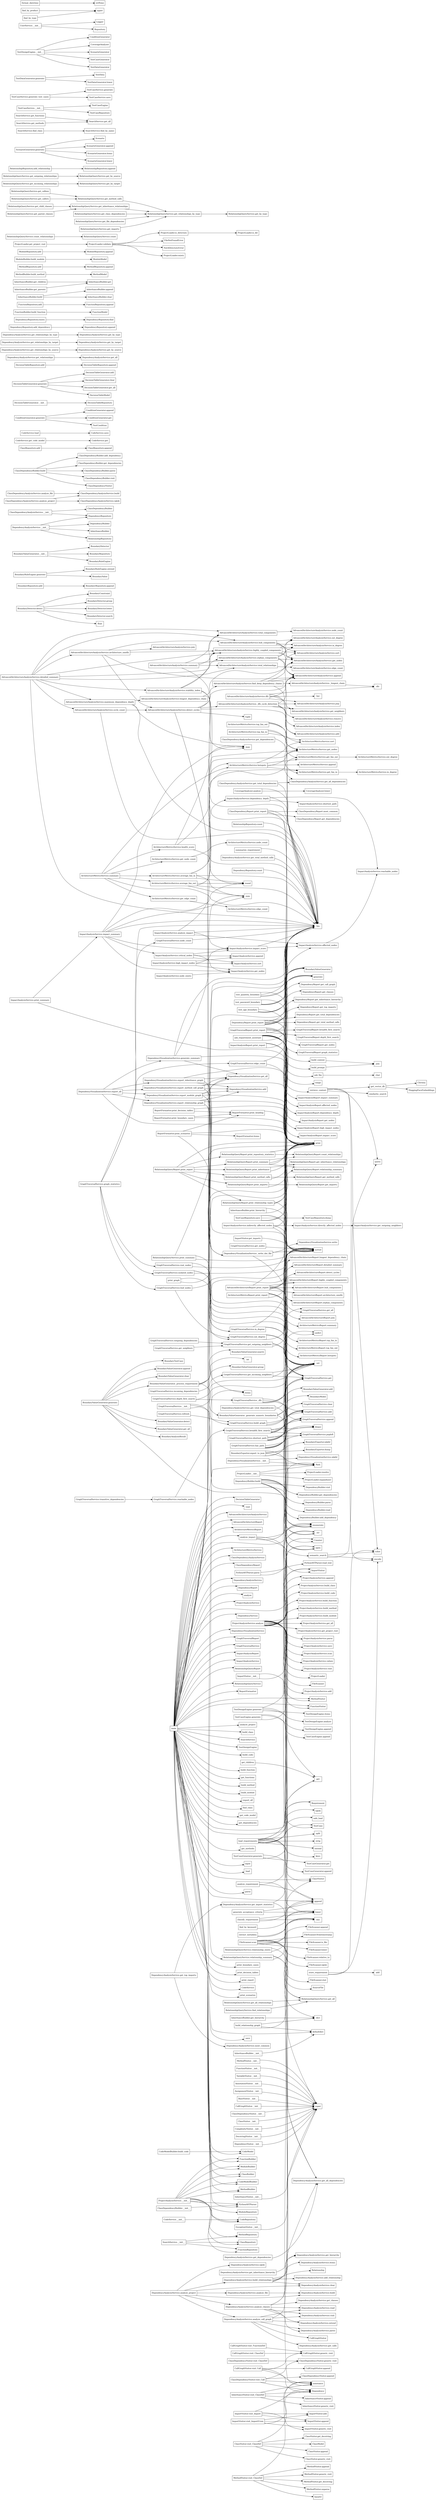
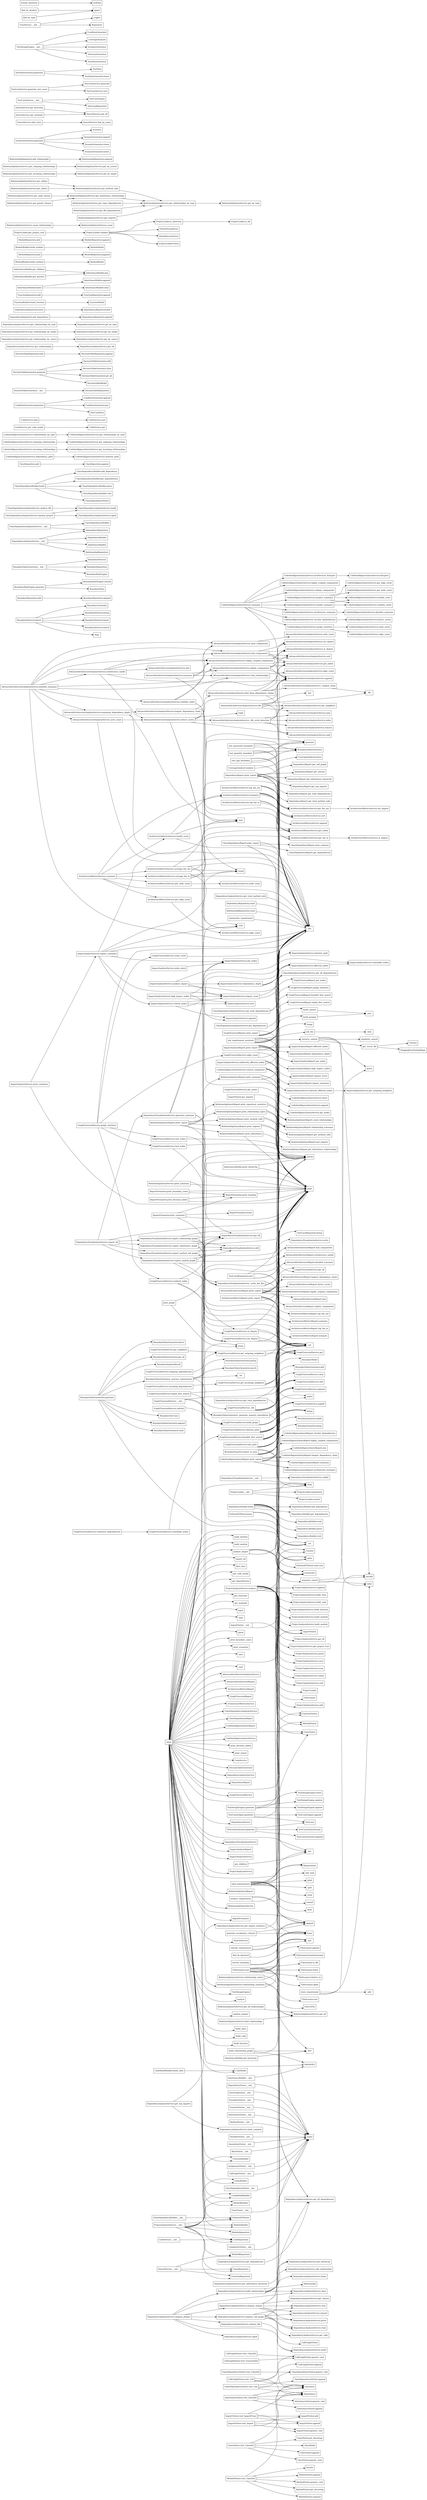
digraph "Method Call Graph" {
    rankdir=LR;
    node [shape=box];

    "AdvancedArchitectureAnalysisService._dfs_cycle_detection" -> "AdvancedArchitectureAnalysisService.add";
    "AdvancedArchitectureAnalysisService._dfs_cycle_detection" -> "AdvancedArchitectureAnalysisService.append";
    "AdvancedArchitectureAnalysisService._dfs_cycle_detection" -> "AdvancedArchitectureAnalysisService.get_neighbors";
    "AdvancedArchitectureAnalysisService._dfs_cycle_detection" -> "AdvancedArchitectureAnalysisService.index";
    "AdvancedArchitectureAnalysisService._dfs_cycle_detection" -> "AdvancedArchitectureAnalysisService.pop";
    "AdvancedArchitectureAnalysisService._dfs_cycle_detection" -> "AdvancedArchitectureAnalysisService.remove";
    "AdvancedArchitectureAnalysisService._longest_chain" -> "dfs";
    "AdvancedArchitectureAnalysisService.architecture_smells" -> "AdvancedArchitectureAnalysisService.append";
    "AdvancedArchitectureAnalysisService.architecture_smells" -> "AdvancedArchitectureAnalysisService.detect_cycles";
    "AdvancedArchitectureAnalysisService.architecture_smells" -> "AdvancedArchitectureAnalysisService.highly_coupled_components";
    "AdvancedArchitectureAnalysisService.architecture_smells" -> "AdvancedArchitectureAnalysisService.hub_components";
    "AdvancedArchitectureAnalysisService.architecture_smells" -> "AdvancedArchitectureAnalysisService.join";
    "AdvancedArchitectureAnalysisService.cycle_count" -> "AdvancedArchitectureAnalysisService.detect_cycles";
    "AdvancedArchitectureAnalysisService.cycle_count" -> "len";
    "AdvancedArchitectureAnalysisService.detailed_summary" -> "AdvancedArchitectureAnalysisService.architecture_smells";
    "AdvancedArchitectureAnalysisService.detailed_summary" -> "AdvancedArchitectureAnalysisService.cycle_count";
    "AdvancedArchitectureAnalysisService.detailed_summary" -> "AdvancedArchitectureAnalysisService.highly_coupled_components";
    "AdvancedArchitectureAnalysisService.detailed_summary" -> "AdvancedArchitectureAnalysisService.hub_components";
    "AdvancedArchitectureAnalysisService.detailed_summary" -> "AdvancedArchitectureAnalysisService.maximum_dependency_depth";
    "AdvancedArchitectureAnalysisService.detailed_summary" -> "AdvancedArchitectureAnalysisService.orphan_components";
    "AdvancedArchitectureAnalysisService.detailed_summary" -> "AdvancedArchitectureAnalysisService.stability_index";
    "AdvancedArchitectureAnalysisService.detailed_summary" -> "AdvancedArchitectureAnalysisService.total_components";
    "AdvancedArchitectureAnalysisService.detailed_summary" -> "AdvancedArchitectureAnalysisService.total_relationships";
    "AdvancedArchitectureAnalysisService.detailed_summary" -> "len";
    "AdvancedArchitectureAnalysisService.detect_cycles" -> "AdvancedArchitectureAnalysisService._dfs_cycle_detection";
    "AdvancedArchitectureAnalysisService.detect_cycles" -> "AdvancedArchitectureAnalysisService.add";
    "AdvancedArchitectureAnalysisService.detect_cycles" -> "AdvancedArchitectureAnalysisService.append";
    "AdvancedArchitectureAnalysisService.detect_cycles" -> "AdvancedArchitectureAnalysisService.get_nodes";
    "AdvancedArchitectureAnalysisService.detect_cycles" -> "set";
    "AdvancedArchitectureAnalysisService.detect_cycles" -> "sorted";
    "AdvancedArchitectureAnalysisService.detect_cycles" -> "tuple";
    "AdvancedArchitectureAnalysisService.dfs" -> "AdvancedArchitectureAnalysisService.append";
    "AdvancedArchitectureAnalysisService.dfs" -> "AdvancedArchitectureAnalysisService.get_neighbors";
    "AdvancedArchitectureAnalysisService.dfs" -> "AdvancedArchitectureAnalysisService.pop";
    "AdvancedArchitectureAnalysisService.dfs" -> "dfs";
    "AdvancedArchitectureAnalysisService.dfs" -> "len";
    "AdvancedArchitectureAnalysisService.dfs" -> "list";
    "AdvancedArchitectureAnalysisService.find_deep_dependency_chains" -> "AdvancedArchitectureAnalysisService._longest_chain";
    "AdvancedArchitectureAnalysisService.find_deep_dependency_chains" -> "AdvancedArchitectureAnalysisService.append";
    "AdvancedArchitectureAnalysisService.find_deep_dependency_chains" -> "AdvancedArchitectureAnalysisService.get_nodes";
    "AdvancedArchitectureAnalysisService.find_deep_dependency_chains" -> "AdvancedArchitectureAnalysisService.sort";
    "AdvancedArchitectureAnalysisService.find_deep_dependency_chains" -> "len";
    "AdvancedArchitectureAnalysisService.highly_coupled_components" -> "AdvancedArchitectureAnalysisService.append";
    "AdvancedArchitectureAnalysisService.highly_coupled_components" -> "AdvancedArchitectureAnalysisService.get_nodes";
    "AdvancedArchitectureAnalysisService.highly_coupled_components" -> "AdvancedArchitectureAnalysisService.in_degree";
    "AdvancedArchitectureAnalysisService.highly_coupled_components" -> "AdvancedArchitectureAnalysisService.out_degree";
    "AdvancedArchitectureAnalysisService.highly_coupled_components" -> "AdvancedArchitectureAnalysisService.sort";
    "AdvancedArchitectureAnalysisService.hub_components" -> "AdvancedArchitectureAnalysisService.append";
    "AdvancedArchitectureAnalysisService.hub_components" -> "AdvancedArchitectureAnalysisService.get_nodes";
    "AdvancedArchitectureAnalysisService.hub_components" -> "AdvancedArchitectureAnalysisService.in_degree";
    "AdvancedArchitectureAnalysisService.hub_components" -> "AdvancedArchitectureAnalysisService.out_degree";
    "AdvancedArchitectureAnalysisService.hub_components" -> "AdvancedArchitectureAnalysisService.sort";
    "AdvancedArchitectureAnalysisService.longest_dependency_chain" -> "AdvancedArchitectureAnalysisService.find_deep_dependency_chains";
    "AdvancedArchitectureAnalysisService.maximum_dependency_depth" -> "AdvancedArchitectureAnalysisService.longest_dependency_chain";
    "AdvancedArchitectureAnalysisService.maximum_dependency_depth" -> "len";
    "AdvancedArchitectureAnalysisService.maximum_dependency_depth" -> "max";
    "AdvancedArchitectureAnalysisService.orphan_components" -> "AdvancedArchitectureAnalysisService.append";
    "AdvancedArchitectureAnalysisService.orphan_components" -> "AdvancedArchitectureAnalysisService.get_nodes";
    "AdvancedArchitectureAnalysisService.orphan_components" -> "AdvancedArchitectureAnalysisService.in_degree";
    "AdvancedArchitectureAnalysisService.orphan_components" -> "AdvancedArchitectureAnalysisService.out_degree";
    "AdvancedArchitectureAnalysisService.orphan_components" -> "sorted";
    "AdvancedArchitectureAnalysisService.stability_index" -> "AdvancedArchitectureAnalysisService.highly_coupled_components";
    "AdvancedArchitectureAnalysisService.stability_index" -> "AdvancedArchitectureAnalysisService.total_components";
    "AdvancedArchitectureAnalysisService.stability_index" -> "len";
    "AdvancedArchitectureAnalysisService.stability_index" -> "max";
    "AdvancedArchitectureAnalysisService.stability_index" -> "round";
    "AdvancedArchitectureAnalysisService.summary" -> "AdvancedArchitectureAnalysisService.highly_coupled_components";
    "AdvancedArchitectureAnalysisService.summary" -> "AdvancedArchitectureAnalysisService.orphan_components";
    "AdvancedArchitectureAnalysisService.summary" -> "AdvancedArchitectureAnalysisService.total_components";
    "AdvancedArchitectureAnalysisService.summary" -> "AdvancedArchitectureAnalysisService.total_relationships";
    "AdvancedArchitectureAnalysisService.summary" -> "len";
    "AdvancedArchitectureAnalysisService.total_components" -> "AdvancedArchitectureAnalysisService.node_count";
    "AdvancedArchitectureAnalysisService.total_relationships" -> "AdvancedArchitectureAnalysisService.edge_count";
    "AdvancedArchitectureReport.print_report" -> "AdvancedArchitectureReport.architecture_smells";
    "AdvancedArchitectureReport.print_report" -> "AdvancedArchitectureReport.detailed_summary";
    "AdvancedArchitectureReport.print_report" -> "AdvancedArchitectureReport.detect_cycles";
    "AdvancedArchitectureReport.print_report" -> "AdvancedArchitectureReport.highly_coupled_components";
    "AdvancedArchitectureReport.print_report" -> "AdvancedArchitectureReport.hub_components";
    "AdvancedArchitectureReport.print_report" -> "AdvancedArchitectureReport.join";
    "AdvancedArchitectureReport.print_report" -> "AdvancedArchitectureReport.longest_dependency_chain";
    "AdvancedArchitectureReport.print_report" -> "AdvancedArchitectureReport.orphan_components";
    "AdvancedArchitectureReport.print_report" -> "print";
    "AnnotationVisitor.__init__" -> "super";
    "ArchitectureMetricsReport.print_report" -> "ArchitectureMetricsReport.hotspots";
    "ArchitectureMetricsReport.print_report" -> "ArchitectureMetricsReport.summary";
    "ArchitectureMetricsReport.print_report" -> "ArchitectureMetricsReport.top_fan_in";
    "ArchitectureMetricsReport.print_report" -> "ArchitectureMetricsReport.top_fan_out";
    "ArchitectureMetricsReport.print_report" -> "print";
    "ArchitectureMetricsService.average_fan_in" -> "ArchitectureMetricsService.get_fan_in";
    "ArchitectureMetricsService.average_fan_in" -> "ArchitectureMetricsService.get_nodes";
    "ArchitectureMetricsService.average_fan_in" -> "len";
    "ArchitectureMetricsService.average_fan_in" -> "round";
    "ArchitectureMetricsService.average_fan_in" -> "sum";
    "ArchitectureMetricsService.average_fan_out" -> "ArchitectureMetricsService.get_fan_out";
    "ArchitectureMetricsService.average_fan_out" -> "ArchitectureMetricsService.get_nodes";
    "ArchitectureMetricsService.average_fan_out" -> "len";
    "ArchitectureMetricsService.average_fan_out" -> "round";
    "ArchitectureMetricsService.average_fan_out" -> "sum";
    "ArchitectureMetricsService.get_edge_count" -> "ArchitectureMetricsService.edge_count";
    "ArchitectureMetricsService.get_fan_in" -> "ArchitectureMetricsService.in_degree";
    "ArchitectureMetricsService.get_fan_out" -> "ArchitectureMetricsService.out_degree";
    "ArchitectureMetricsService.get_node_count" -> "ArchitectureMetricsService.node_count";
    "ArchitectureMetricsService.health_score" -> "ArchitectureMetricsService.hotspots";
    "ArchitectureMetricsService.health_score" -> "len";
    "ArchitectureMetricsService.health_score" -> "max";
    "ArchitectureMetricsService.hotspots" -> "ArchitectureMetricsService.append";
    "ArchitectureMetricsService.hotspots" -> "ArchitectureMetricsService.get_fan_in";
    "ArchitectureMetricsService.hotspots" -> "ArchitectureMetricsService.get_fan_out";
    "ArchitectureMetricsService.hotspots" -> "ArchitectureMetricsService.get_nodes";
    "ArchitectureMetricsService.hotspots" -> "ArchitectureMetricsService.sort";
    "ArchitectureMetricsService.summary" -> "ArchitectureMetricsService.average_fan_in";
    "ArchitectureMetricsService.summary" -> "ArchitectureMetricsService.average_fan_out";
    "ArchitectureMetricsService.summary" -> "ArchitectureMetricsService.get_edge_count";
    "ArchitectureMetricsService.summary" -> "ArchitectureMetricsService.get_node_count";
    "ArchitectureMetricsService.summary" -> "ArchitectureMetricsService.health_score";
    "ArchitectureMetricsService.summary" -> "ArchitectureMetricsService.hotspots";
    "ArchitectureMetricsService.summary" -> "len";
    "ArchitectureMetricsService.top_fan_in" -> "ArchitectureMetricsService.get_fan_in";
    "ArchitectureMetricsService.top_fan_in" -> "ArchitectureMetricsService.get_nodes";
    "ArchitectureMetricsService.top_fan_in" -> "ArchitectureMetricsService.sort";
    "ArchitectureMetricsService.top_fan_out" -> "ArchitectureMetricsService.get_fan_out";
    "ArchitectureMetricsService.top_fan_out" -> "ArchitectureMetricsService.get_nodes";
    "ArchitectureMetricsService.top_fan_out" -> "ArchitectureMetricsService.sort";
    "AssignmentVisitor.__init__" -> "super";
    "BaseVisitor.__init__" -> "super";
    "BoundaryDetector.detect" -> "BoundaryConstraint";
    "BoundaryDetector.detect" -> "BoundaryDetector.group";
    "BoundaryDetector.detect" -> "BoundaryDetector.lower";
    "BoundaryDetector.detect" -> "BoundaryDetector.search";
    "BoundaryDetector.detect" -> "float";
    "BoundaryExporter.export_to_json" -> "BoundaryExporter.dump";
    "BoundaryExporter.export_to_json" -> "BoundaryExporter.mkdir";
    "BoundaryExporter.export_to_json" -> "Path";
    "BoundaryExporter.export_to_json" -> "asdict";
    "BoundaryExporter.export_to_json" -> "open";
    "BoundaryExporter.export_to_json" -> "print";
    "BoundaryRepository.add" -> "BoundaryRepository.append";
    "BoundaryRuleEngine.generate" -> "BoundaryRuleEngine.extend";
    "BoundaryRuleEngine.generate" -> "BoundaryValue";
    "BoundaryValueGenerator.__init__" -> "BoundaryDetector";
    "BoundaryValueGenerator.__init__" -> "BoundaryRepository";
    "BoundaryValueGenerator.__init__" -> "BoundaryRuleEngine";
    "BoundaryValueGenerator._generate_numeric_boundaries" -> "BoundaryModel";
    "BoundaryValueGenerator._generate_numeric_boundaries" -> "BoundaryValueGenerator.add";
    "BoundaryValueGenerator._generate_numeric_boundaries" -> "str";
    "BoundaryValueGenerator._process_requirement" -> "BoundaryValueGenerator._generate_numeric_boundaries";
    "BoundaryValueGenerator._process_requirement" -> "BoundaryValueGenerator.group";
    "BoundaryValueGenerator._process_requirement" -> "BoundaryValueGenerator.search";
    "BoundaryValueGenerator._process_requirement" -> "int";
    "BoundaryValueGenerator.generate" -> "BoundaryAnalysisResult";
    "BoundaryValueGenerator.generate" -> "BoundaryTestCase";
    "BoundaryValueGenerator.generate" -> "BoundaryValueGenerator._process_requirement";
    "BoundaryValueGenerator.generate" -> "BoundaryValueGenerator.append";
    "BoundaryValueGenerator.generate" -> "BoundaryValueGenerator.clear";
    "BoundaryValueGenerator.generate" -> "BoundaryValueGenerator.detect";
    "BoundaryValueGenerator.generate" -> "BoundaryValueGenerator.get_all";
    "BoundaryValueGenerator.generate" -> "enumerate";
    "CallGraphVisitor.__init__" -> "super";
    "CallGraphVisitor.visit_Call" -> "CallGraphVisitor.append";
    "CallGraphVisitor.visit_Call" -> "CallGraphVisitor.generic_visit";
    "CallGraphVisitor.visit_Call" -> "Dependency";
    "CallGraphVisitor.visit_Call" -> "isinstance";
    "CallGraphVisitor.visit_ClassDef" -> "CallGraphVisitor.generic_visit";
    "CallGraphVisitor.visit_FunctionDef" -> "CallGraphVisitor.generic_visit";
    "ClassDependencyAnalysisService.__init__" -> "ClassDependencyBuilder";
    "ClassDependencyAnalysisService.__init__" -> "DependencyRepository";
    "ClassDependencyAnalysisService.analyze_file" -> "ClassDependencyAnalysisService.build";
    "ClassDependencyAnalysisService.analyze_project" -> "ClassDependencyAnalysisService.build";
    "ClassDependencyAnalysisService.analyze_project" -> "ClassDependencyAnalysisService.rglob";
    "ClassDependencyAnalysisService.get_dependencies" -> "ClassDependencyAnalysisService.get_all_dependencies";
    "ClassDependencyAnalysisService.get_total_dependencies" -> "ClassDependencyAnalysisService.get_all_dependencies";
    "ClassDependencyAnalysisService.get_total_dependencies" -> "len";
    "ClassDependencyBuilder.__init__" -> "PythonASTParser";
    "ClassDependencyBuilder.build" -> "ClassDependencyBuilder.add_dependency";
    "ClassDependencyBuilder.build" -> "ClassDependencyBuilder.get_dependencies";
    "ClassDependencyBuilder.build" -> "ClassDependencyBuilder.parse";
    "ClassDependencyBuilder.build" -> "ClassDependencyBuilder.visit";
    "ClassDependencyBuilder.build" -> "ClassDependencyVisitor";
    "ClassDependencyReport.print_report" -> "ClassDependencyReport.get_dependencies";
    "ClassDependencyReport.print_report" -> "ClassDependencyReport.most_common";
    "ClassDependencyReport.print_report" -> "Counter";
    "ClassDependencyReport.print_report" -> "len";
    "ClassDependencyReport.print_report" -> "print";
    "ClassDependencyVisitor.__init__" -> "super";
    "ClassDependencyVisitor.visit_Call" -> "ClassDependencyVisitor.append";
    "ClassDependencyVisitor.visit_Call" -> "ClassDependencyVisitor.generic_visit";
    "ClassDependencyVisitor.visit_Call" -> "Dependency";
    "ClassDependencyVisitor.visit_Call" -> "isinstance";
    "ClassDependencyVisitor.visit_ClassDef" -> "ClassDependencyVisitor.generic_visit";
    "ClassRepository.add" -> "ClassRepository.append";
    "ClassVisitor.__init__" -> "super";
    "ClassVisitor.visit_ClassDef" -> "ClassModel";
    "ClassVisitor.visit_ClassDef" -> "ClassVisitor.append";
    "ClassVisitor.visit_ClassDef" -> "ClassVisitor.generic_visit";
    "ClassVisitor.visit_ClassDef" -> "ClassVisitor.get_docstring";
    "ClassVisitor.visit_ClassDef" -> "isinstance";
+     "CodeIntelligenceQueryReport.print_report" -> "CodeIntelligenceQueryReport.architecture_hotspots";
+     "CodeIntelligenceQueryReport.print_report" -> "CodeIntelligenceQueryReport.circular_dependencies";
+     "CodeIntelligenceQueryReport.print_report" -> "CodeIntelligenceQueryReport.highly_coupled_components";
+     "CodeIntelligenceQueryReport.print_report" -> "CodeIntelligenceQueryReport.join";
+     "CodeIntelligenceQueryReport.print_report" -> "CodeIntelligenceQueryReport.longest_dependency_chain";
+     "CodeIntelligenceQueryReport.print_report" -> "CodeIntelligenceQueryReport.summary";
+     "CodeIntelligenceQueryReport.print_report" -> "print";
+     "CodeIntelligenceQueryService.architecture_hotspots" -> "CodeIntelligenceQueryService.hotspots";
+     "CodeIntelligenceQueryService.architecture_summary" -> "CodeIntelligenceQueryService.detailed_summary";
+     "CodeIntelligenceQueryService.circular_dependencies" -> "CodeIntelligenceQueryService.detect_cycles";
+     "CodeIntelligenceQueryService.dependency_path" -> "CodeIntelligenceQueryService.shortest_path";
+     "CodeIntelligenceQueryService.graph_statistics" -> "CodeIntelligenceQueryService.edge_count";
+     "CodeIntelligenceQueryService.graph_statistics" -> "CodeIntelligenceQueryService.node_count";
+     "CodeIntelligenceQueryService.health_summary" -> "CodeIntelligenceQueryService.health_score";
+     "CodeIntelligenceQueryService.health_summary" -> "CodeIntelligenceQueryService.stability_index";
+     "CodeIntelligenceQueryService.incoming_relationships" -> "CodeIntelligenceQueryService.get_incoming_relationships";
+     "CodeIntelligenceQueryService.outgoing_relationships" -> "CodeIntelligenceQueryService.get_outgoing_relationships";
+     "CodeIntelligenceQueryService.project_summary" -> "CodeIntelligenceQueryService.get_edge_count";
+     "CodeIntelligenceQueryService.project_summary" -> "CodeIntelligenceQueryService.get_node_count";
+     "CodeIntelligenceQueryService.project_summary" -> "CodeIntelligenceQueryService.health_score";
+     "CodeIntelligenceQueryService.project_summary" -> "CodeIntelligenceQueryService.stability_index";
+     "CodeIntelligenceQueryService.relationships_by_type" -> "CodeIntelligenceQueryService.get_relationships_by_type";
+     "CodeIntelligenceQueryService.search_component" -> "CodeIntelligenceQueryService.append";
+     "CodeIntelligenceQueryService.search_component" -> "CodeIntelligenceQueryService.get_nodes";
+     "CodeIntelligenceQueryService.search_component" -> "CodeIntelligenceQueryService.lower";
+     "CodeIntelligenceQueryService.search_component" -> "sorted";
+     "CodeIntelligenceQueryService.summary" -> "CodeIntelligenceQueryService.architecture_hotspots";
+     "CodeIntelligenceQueryService.summary" -> "CodeIntelligenceQueryService.architecture_summary";
+     "CodeIntelligenceQueryService.summary" -> "CodeIntelligenceQueryService.circular_dependencies";
+     "CodeIntelligenceQueryService.summary" -> "CodeIntelligenceQueryService.graph_statistics";
+     "CodeIntelligenceQueryService.summary" -> "CodeIntelligenceQueryService.health_summary";
+     "CodeIntelligenceQueryService.summary" -> "CodeIntelligenceQueryService.highly_coupled_components";
+     "CodeIntelligenceQueryService.summary" -> "CodeIntelligenceQueryService.orphan_components";
+     "CodeIntelligenceQueryService.summary" -> "CodeIntelligenceQueryService.project_summary";
+     "CodeIntelligenceQueryService.summary" -> "len";
    "CodeModelBuilder.build_code" -> "CodeModel";
    "CodeService.__init__" -> "CodeRepository";
    "CodeService.get_code_model" -> "CodeService.get";
    "CodeService.load" -> "CodeService.save";
    "ComplexityVisitor.__init__" -> "super";
    "ConditionGenerator.generate" -> "ConditionGenerator.append";
    "ConditionGenerator.generate" -> "ConditionGenerator.get";
    "ConditionGenerator.generate" -> "TestCondition";
    "CoverageAnalyzer.analyze" -> "CoverageAnalyzer.lower";
    "CoverageAnalyzer.analyze" -> "len";
    "DecisionTableGenerator.__init__" -> "DecisionTableRepository";
    "DecisionTableGenerator.generate" -> "DecisionTableGenerator.add";
    "DecisionTableGenerator.generate" -> "DecisionTableGenerator.clear";
    "DecisionTableGenerator.generate" -> "DecisionTableGenerator.get_all";
    "DecisionTableGenerator.generate" -> "DecisionTableModel";
    "DecisionTableRepository.add" -> "DecisionTableRepository.append";
    "DependencyAnalysisService.__init__" -> "DependencyBuilder";
    "DependencyAnalysisService.__init__" -> "DependencyRepository";
    "DependencyAnalysisService.__init__" -> "InheritanceBuilder";
    "DependencyAnalysisService.__init__" -> "RelationshipRepository";
    "DependencyAnalysisService.analyze_call_graph" -> "CallGraphVisitor";
    "DependencyAnalysisService.analyze_call_graph" -> "DependencyAnalysisService.extend";
    "DependencyAnalysisService.analyze_call_graph" -> "DependencyAnalysisService.get_calls";
    "DependencyAnalysisService.analyze_call_graph" -> "DependencyAnalysisService.parse";
    "DependencyAnalysisService.analyze_call_graph" -> "DependencyAnalysisService.read";
    "DependencyAnalysisService.analyze_call_graph" -> "DependencyAnalysisService.visit";
    "DependencyAnalysisService.analyze_call_graph" -> "open";
    "DependencyAnalysisService.analyze_classes" -> "ClassVisitor";
    "DependencyAnalysisService.analyze_classes" -> "DependencyAnalysisService.extend";
    "DependencyAnalysisService.analyze_classes" -> "DependencyAnalysisService.get_classes";
    "DependencyAnalysisService.analyze_classes" -> "DependencyAnalysisService.parse";
    "DependencyAnalysisService.analyze_classes" -> "DependencyAnalysisService.read";
    "DependencyAnalysisService.analyze_classes" -> "DependencyAnalysisService.visit";
    "DependencyAnalysisService.analyze_classes" -> "open";
    "DependencyAnalysisService.analyze_file" -> "DependencyAnalysisService.build";
    "DependencyAnalysisService.analyze_project" -> "DependencyAnalysisService.analyze_call_graph";
    "DependencyAnalysisService.analyze_project" -> "DependencyAnalysisService.analyze_classes";
    "DependencyAnalysisService.analyze_project" -> "DependencyAnalysisService.analyze_file";
    "DependencyAnalysisService.analyze_project" -> "DependencyAnalysisService.build";
    "DependencyAnalysisService.analyze_project" -> "DependencyAnalysisService.build_relationships";
    "DependencyAnalysisService.analyze_project" -> "DependencyAnalysisService.clear";
    "DependencyAnalysisService.analyze_project" -> "DependencyAnalysisService.rglob";
    "DependencyAnalysisService.build_relationships" -> "DependencyAnalysisService.add_relationship";
    "DependencyAnalysisService.build_relationships" -> "DependencyAnalysisService.clear";
    "DependencyAnalysisService.build_relationships" -> "DependencyAnalysisService.get_all_dependencies";
    "DependencyAnalysisService.build_relationships" -> "DependencyAnalysisService.get_hierarchy";
    "DependencyAnalysisService.build_relationships" -> "DependencyAnalysisService.items";
    "DependencyAnalysisService.build_relationships" -> "Relationship";
    "DependencyAnalysisService.get_dependencies" -> "DependencyAnalysisService.get_all_dependencies";
    "DependencyAnalysisService.get_import_statistics" -> "Counter";
    "DependencyAnalysisService.get_import_statistics" -> "DependencyAnalysisService.get_all_dependencies";
    "DependencyAnalysisService.get_inheritance_hierarchy" -> "DependencyAnalysisService.get_hierarchy";
    "DependencyAnalysisService.get_relationships" -> "DependencyAnalysisService.get_all";
    "DependencyAnalysisService.get_relationships_by_source" -> "DependencyAnalysisService.get_by_source";
    "DependencyAnalysisService.get_relationships_by_target" -> "DependencyAnalysisService.get_by_target";
    "DependencyAnalysisService.get_relationships_by_type" -> "DependencyAnalysisService.get_by_type";
    "DependencyAnalysisService.get_top_imports" -> "DependencyAnalysisService.get_import_statistics";
    "DependencyAnalysisService.get_top_imports" -> "DependencyAnalysisService.most_common";
    "DependencyAnalysisService.get_total_dependencies" -> "DependencyAnalysisService.get_all_dependencies";
    "DependencyAnalysisService.get_total_dependencies" -> "len";
    "DependencyAnalysisService.get_total_method_calls" -> "len";
    "DependencyBuilder.build" -> "DependencyBuilder.add_dependency";
    "DependencyBuilder.build" -> "DependencyBuilder.get_dependencies";
    "DependencyBuilder.build" -> "DependencyBuilder.parse";
    "DependencyBuilder.build" -> "DependencyBuilder.read";
    "DependencyBuilder.build" -> "DependencyBuilder.visit";
    "DependencyBuilder.build" -> "ImportVisitor";
    "DependencyBuilder.build" -> "open";
    "DependencyBuilder.build" -> "str";
    "DependencyReport.print_report" -> "DependencyReport.get_call_graph";
    "DependencyReport.print_report" -> "DependencyReport.get_classes";
    "DependencyReport.print_report" -> "DependencyReport.get_inheritance_hierarchy";
    "DependencyReport.print_report" -> "DependencyReport.get_top_imports";
    "DependencyReport.print_report" -> "DependencyReport.get_total_dependencies";
    "DependencyReport.print_report" -> "DependencyReport.get_total_method_calls";
    "DependencyReport.print_report" -> "len";
    "DependencyReport.print_report" -> "print";
    "DependencyReport.print_report" -> "sorted";
    "DependencyRepository.add_dependency" -> "DependencyRepository.append";
    "DependencyRepository.count" -> "len";
    "DependencyRepository.exists" -> "DependencyRepository.find";
    "DependencyVisitor.__init__" -> "super";
    "DependencyVisualizationService.__init__" -> "DependencyVisualizationService.mkdir";
    "DependencyVisualizationService.__init__" -> "Path";
    "DependencyVisualizationService._write_dot_file" -> "DependencyVisualizationService.write";
    "DependencyVisualizationService._write_dot_file" -> "open";
    "DependencyVisualizationService._write_dot_file" -> "sorted";
    "DependencyVisualizationService.export_all" -> "DependencyVisualizationService.export_inheritance_graph";
    "DependencyVisualizationService.export_all" -> "DependencyVisualizationService.export_method_call_graph";
    "DependencyVisualizationService.export_all" -> "DependencyVisualizationService.export_module_graph";
    "DependencyVisualizationService.export_all" -> "DependencyVisualizationService.export_relationship_graph";
    "DependencyVisualizationService.export_all" -> "DependencyVisualizationService.generate_summary";
    "DependencyVisualizationService.export_all" -> "print";
    "DependencyVisualizationService.export_inheritance_graph" -> "DependencyVisualizationService._write_dot_file";
    "DependencyVisualizationService.export_inheritance_graph" -> "DependencyVisualizationService.add";
    "DependencyVisualizationService.export_inheritance_graph" -> "DependencyVisualizationService.get_all";
    "DependencyVisualizationService.export_inheritance_graph" -> "print";
    "DependencyVisualizationService.export_inheritance_graph" -> "set";
    "DependencyVisualizationService.export_method_call_graph" -> "DependencyVisualizationService._write_dot_file";
    "DependencyVisualizationService.export_method_call_graph" -> "DependencyVisualizationService.add";
    "DependencyVisualizationService.export_method_call_graph" -> "DependencyVisualizationService.get_all";
    "DependencyVisualizationService.export_method_call_graph" -> "print";
    "DependencyVisualizationService.export_method_call_graph" -> "set";
    "DependencyVisualizationService.export_module_graph" -> "DependencyVisualizationService._write_dot_file";
    "DependencyVisualizationService.export_module_graph" -> "DependencyVisualizationService.add";
    "DependencyVisualizationService.export_module_graph" -> "DependencyVisualizationService.get_all";
    "DependencyVisualizationService.export_module_graph" -> "print";
    "DependencyVisualizationService.export_module_graph" -> "set";
    "DependencyVisualizationService.export_relationship_graph" -> "DependencyVisualizationService._write_dot_file";
    "DependencyVisualizationService.export_relationship_graph" -> "DependencyVisualizationService.add";
    "DependencyVisualizationService.export_relationship_graph" -> "DependencyVisualizationService.get_all";
    "DependencyVisualizationService.export_relationship_graph" -> "print";
    "DependencyVisualizationService.export_relationship_graph" -> "set";
    "DependencyVisualizationService.generate_summary" -> "DependencyVisualizationService.get_all";
    "DependencyVisualizationService.generate_summary" -> "len";
    "DependencyVisualizationService.generate_summary" -> "print";
    "DependencyVisualizationService.generate_summary" -> "sum";
    "DocstringVisitor.__init__" -> "super";
    "ExceptionVisitor.__init__" -> "super";
    "FileScanner.scan" -> "FileScanner.append";
    "FileScanner.scan" -> "FileScanner.fromtimestamp";
    "FileScanner.scan" -> "FileScanner.is_file";
    "FileScanner.scan" -> "FileScanner.lower";
    "FileScanner.scan" -> "FileScanner.relative_to";
    "FileScanner.scan" -> "FileScanner.rglob";
    "FileScanner.scan" -> "FileScanner.stat";
    "FileScanner.scan" -> "SourceFile";
    "FileScanner.scan" -> "any";
    "FunctionBuilder.build_function" -> "FunctionModel";
    "FunctionRepository.add" -> "FunctionRepository.append";
    "FunctionVisitor.__init__" -> "super";
    "GraphTraversalReport.print_report" -> "GraphTraversalReport.breadth_first_search";
    "GraphTraversalReport.print_report" -> "GraphTraversalReport.depth_first_search";
    "GraphTraversalReport.print_report" -> "GraphTraversalReport.get_nodes";
    "GraphTraversalReport.print_report" -> "GraphTraversalReport.graph_statistics";
    "GraphTraversalReport.print_report" -> "len";
    "GraphTraversalReport.print_report" -> "print";
    "GraphTraversalService.__init__" -> "GraphTraversalService.build_graph";
    "GraphTraversalService.__init__" -> "defaultdict";
    "GraphTraversalService.__init__" -> "set";
    "GraphTraversalService._dfs" -> "GraphTraversalService.add";
    "GraphTraversalService._dfs" -> "GraphTraversalService.append";
    "GraphTraversalService._dfs" -> "GraphTraversalService.get";
    "GraphTraversalService._dfs" -> "set";
    "GraphTraversalService._dfs" -> "sorted";
    "GraphTraversalService.breadth_first_search" -> "GraphTraversalService.add";
    "GraphTraversalService.breadth_first_search" -> "GraphTraversalService.append";
    "GraphTraversalService.breadth_first_search" -> "GraphTraversalService.get";
    "GraphTraversalService.breadth_first_search" -> "GraphTraversalService.popleft";
    "GraphTraversalService.breadth_first_search" -> "deque";
    "GraphTraversalService.breadth_first_search" -> "set";
    "GraphTraversalService.breadth_first_search" -> "sorted";
    "GraphTraversalService.build_graph" -> "GraphTraversalService.add";
    "GraphTraversalService.build_graph" -> "GraphTraversalService.clear";
    "GraphTraversalService.build_graph" -> "GraphTraversalService.get_all";
    "GraphTraversalService.depth_first_search" -> "GraphTraversalService._dfs";
    "GraphTraversalService.depth_first_search" -> "set";
    "GraphTraversalService.edge_count" -> "GraphTraversalService.get_all";
    "GraphTraversalService.edge_count" -> "len";
    "GraphTraversalService.get_incoming_neighbors" -> "GraphTraversalService.get";
    "GraphTraversalService.get_incoming_neighbors" -> "set";
    "GraphTraversalService.get_incoming_neighbors" -> "sorted";
    "GraphTraversalService.get_neighbors" -> "GraphTraversalService.get_outgoing_neighbors";
    "GraphTraversalService.get_nodes" -> "sorted";
    "GraphTraversalService.get_outgoing_neighbors" -> "GraphTraversalService.get";
    "GraphTraversalService.get_outgoing_neighbors" -> "set";
    "GraphTraversalService.get_outgoing_neighbors" -> "sorted";
    "GraphTraversalService.graph_statistics" -> "GraphTraversalService.edge_count";
    "GraphTraversalService.graph_statistics" -> "GraphTraversalService.isolated_nodes";
    "GraphTraversalService.graph_statistics" -> "GraphTraversalService.leaf_nodes";
    "GraphTraversalService.graph_statistics" -> "GraphTraversalService.node_count";
    "GraphTraversalService.graph_statistics" -> "GraphTraversalService.root_nodes";
    "GraphTraversalService.graph_statistics" -> "len";
    "GraphTraversalService.has_path" -> "GraphTraversalService.add";
    "GraphTraversalService.has_path" -> "GraphTraversalService.append";
    "GraphTraversalService.has_path" -> "GraphTraversalService.get";
    "GraphTraversalService.has_path" -> "GraphTraversalService.popleft";
    "GraphTraversalService.has_path" -> "deque";
    "GraphTraversalService.has_path" -> "set";
    "GraphTraversalService.in_degree" -> "GraphTraversalService.get";
    "GraphTraversalService.in_degree" -> "len";
    "GraphTraversalService.in_degree" -> "set";
    "GraphTraversalService.incoming_dependencies" -> "GraphTraversalService.get_incoming_neighbors";
    "GraphTraversalService.isolated_nodes" -> "GraphTraversalService.in_degree";
    "GraphTraversalService.isolated_nodes" -> "GraphTraversalService.out_degree";
    "GraphTraversalService.isolated_nodes" -> "sorted";
    "GraphTraversalService.leaf_nodes" -> "GraphTraversalService.out_degree";
    "GraphTraversalService.leaf_nodes" -> "sorted";
    "GraphTraversalService.node_count" -> "len";
    "GraphTraversalService.out_degree" -> "GraphTraversalService.get";
    "GraphTraversalService.out_degree" -> "len";
    "GraphTraversalService.out_degree" -> "set";
    "GraphTraversalService.outgoing_dependencies" -> "GraphTraversalService.get_outgoing_neighbors";
    "GraphTraversalService.reachable_nodes" -> "GraphTraversalService.breadth_first_search";
    "GraphTraversalService.refresh" -> "GraphTraversalService.build_graph";
    "GraphTraversalService.root_nodes" -> "GraphTraversalService.in_degree";
    "GraphTraversalService.root_nodes" -> "sorted";
    "GraphTraversalService.shortest_path" -> "GraphTraversalService.add";
    "GraphTraversalService.shortest_path" -> "GraphTraversalService.append";
    "GraphTraversalService.shortest_path" -> "GraphTraversalService.get";
    "GraphTraversalService.shortest_path" -> "GraphTraversalService.popleft";
    "GraphTraversalService.shortest_path" -> "deque";
    "GraphTraversalService.shortest_path" -> "set";
    "GraphTraversalService.shortest_path" -> "sorted";
    "GraphTraversalService.transitive_dependencies" -> "GraphTraversalService.reachable_nodes";
    "ImpactAnalysisReport.print_report" -> "ImpactAnalysisReport.affected_nodes";
    "ImpactAnalysisReport.print_report" -> "ImpactAnalysisReport.dependency_depth";
    "ImpactAnalysisReport.print_report" -> "ImpactAnalysisReport.get_nodes";
    "ImpactAnalysisReport.print_report" -> "ImpactAnalysisReport.high_impact_nodes";
    "ImpactAnalysisReport.print_report" -> "ImpactAnalysisReport.impact_score";
    "ImpactAnalysisReport.print_report" -> "ImpactAnalysisReport.impact_summary";
    "ImpactAnalysisReport.print_report" -> "len";
    "ImpactAnalysisReport.print_report" -> "print";
    "ImpactAnalysisService.affected_nodes" -> "ImpactAnalysisService.reachable_nodes";
    "ImpactAnalysisService.analyze_impact" -> "ImpactAnalysisService.affected_nodes";
    "ImpactAnalysisService.analyze_impact" -> "ImpactAnalysisService.dependency_depth";
    "ImpactAnalysisService.analyze_impact" -> "ImpactAnalysisService.impact_score";
    "ImpactAnalysisService.analyze_impact" -> "len";
    "ImpactAnalysisService.critical_nodes" -> "ImpactAnalysisService.append";
    "ImpactAnalysisService.critical_nodes" -> "ImpactAnalysisService.get_nodes";
    "ImpactAnalysisService.critical_nodes" -> "ImpactAnalysisService.impact_score";
    "ImpactAnalysisService.critical_nodes" -> "ImpactAnalysisService.sort";
    "ImpactAnalysisService.dependency_depth" -> "ImpactAnalysisService.reachable_nodes";
    "ImpactAnalysisService.dependency_depth" -> "ImpactAnalysisService.shortest_path";
    "ImpactAnalysisService.dependency_depth" -> "len";
    "ImpactAnalysisService.directly_affected_nodes" -> "ImpactAnalysisService.get_outgoing_neighbors";
    "ImpactAnalysisService.high_impact_nodes" -> "ImpactAnalysisService.append";
    "ImpactAnalysisService.high_impact_nodes" -> "ImpactAnalysisService.get_nodes";
    "ImpactAnalysisService.high_impact_nodes" -> "ImpactAnalysisService.impact_score";
    "ImpactAnalysisService.high_impact_nodes" -> "ImpactAnalysisService.sort";
    "ImpactAnalysisService.impact_score" -> "ImpactAnalysisService.affected_nodes";
    "ImpactAnalysisService.impact_score" -> "len";
    "ImpactAnalysisService.impact_summary" -> "ImpactAnalysisService.critical_nodes";
    "ImpactAnalysisService.impact_summary" -> "ImpactAnalysisService.get_nodes";
    "ImpactAnalysisService.impact_summary" -> "ImpactAnalysisService.impact_score";
    "ImpactAnalysisService.impact_summary" -> "len";
    "ImpactAnalysisService.impact_summary" -> "max";
    "ImpactAnalysisService.impact_summary" -> "round";
    "ImpactAnalysisService.impact_summary" -> "sum";
    "ImpactAnalysisService.indirectly_affected_nodes" -> "ImpactAnalysisService.affected_nodes";
    "ImpactAnalysisService.indirectly_affected_nodes" -> "ImpactAnalysisService.directly_affected_nodes";
    "ImpactAnalysisService.indirectly_affected_nodes" -> "set";
    "ImpactAnalysisService.indirectly_affected_nodes" -> "sorted";
    "ImpactAnalysisService.node_exists" -> "ImpactAnalysisService.get_nodes";
    "ImpactAnalysisService.print_summary" -> "ImpactAnalysisService.impact_summary";
    "ImpactAnalysisService.print_summary" -> "print";
    "ImportVisitor.__init__" -> "set";
    "ImportVisitor.__init__" -> "super";
    "ImportVisitor.get_imports" -> "sorted";
    "ImportVisitor.visit_Import" -> "Dependency";
    "ImportVisitor.visit_Import" -> "ImportVisitor.add";
    "ImportVisitor.visit_Import" -> "ImportVisitor.append";
    "ImportVisitor.visit_Import" -> "ImportVisitor.generic_visit";
    "ImportVisitor.visit_ImportFrom" -> "Dependency";
    "ImportVisitor.visit_ImportFrom" -> "ImportVisitor.add";
    "ImportVisitor.visit_ImportFrom" -> "ImportVisitor.append";
    "ImportVisitor.visit_ImportFrom" -> "ImportVisitor.generic_visit";
    "InheritanceBuilder.__init__" -> "defaultdict";
    "InheritanceBuilder.build" -> "InheritanceBuilder.append";
    "InheritanceBuilder.build" -> "InheritanceBuilder.clear";
    "InheritanceBuilder.get_children" -> "InheritanceBuilder.get";
    "InheritanceBuilder.get_hierarchy" -> "dict";
    "InheritanceBuilder.get_parents" -> "InheritanceBuilder.get";
    "InheritanceBuilder.print_hierarchy" -> "print";
    "InheritanceBuilder.print_hierarchy" -> "sorted";
    "InheritanceVisitor.__init__" -> "super";
    "InheritanceVisitor.visit_ClassDef" -> "Dependency";
    "InheritanceVisitor.visit_ClassDef" -> "InheritanceVisitor.append";
    "InheritanceVisitor.visit_ClassDef" -> "InheritanceVisitor.generic_visit";
    "InheritanceVisitor.visit_ClassDef" -> "isinstance";
    "MethodBuilder.build_method" -> "MethodModel";
    "MethodRepository.add" -> "MethodRepository.append";
    "MethodVisitor.__init__" -> "super";
    "MethodVisitor.visit_ClassDef" -> "MethodVisitor.append";
    "MethodVisitor.visit_ClassDef" -> "MethodVisitor.generic_visit";
    "MethodVisitor.visit_ClassDef" -> "MethodVisitor.get_docstring";
    "MethodVisitor.visit_ClassDef" -> "MethodVisitor.unparse";
    "MethodVisitor.visit_ClassDef" -> "hasattr";
    "MethodVisitor.visit_ClassDef" -> "isinstance";
    "ModuleBuilder.build_module" -> "ModuleModel";
    "ModuleRepository.add" -> "ModuleRepository.append";
    "ProjectAnalysisService.__init__" -> "ClassBuilder";
    "ProjectAnalysisService.__init__" -> "ClassRepository";
    "ProjectAnalysisService.__init__" -> "CodeModelBuilder";
    "ProjectAnalysisService.__init__" -> "CodeRepository";
    "ProjectAnalysisService.__init__" -> "FunctionBuilder";
    "ProjectAnalysisService.__init__" -> "FunctionRepository";
    "ProjectAnalysisService.__init__" -> "MethodBuilder";
    "ProjectAnalysisService.__init__" -> "MethodRepository";
    "ProjectAnalysisService.__init__" -> "ModuleBuilder";
    "ProjectAnalysisService.__init__" -> "ModuleRepository";
    "ProjectAnalysisService.__init__" -> "PythonASTParser";
    "ProjectAnalysisService.analyze" -> "ClassVisitor";
    "ProjectAnalysisService.analyze" -> "FileScanner";
    "ProjectAnalysisService.analyze" -> "FunctionVisitor";
    "ProjectAnalysisService.analyze" -> "ImportVisitor";
    "ProjectAnalysisService.analyze" -> "MethodVisitor";
    "ProjectAnalysisService.analyze" -> "ProjectAnalysisService.add";
    "ProjectAnalysisService.analyze" -> "ProjectAnalysisService.append";
    "ProjectAnalysisService.analyze" -> "ProjectAnalysisService.build_class";
    "ProjectAnalysisService.analyze" -> "ProjectAnalysisService.build_code";
    "ProjectAnalysisService.analyze" -> "ProjectAnalysisService.build_function";
    "ProjectAnalysisService.analyze" -> "ProjectAnalysisService.build_method";
    "ProjectAnalysisService.analyze" -> "ProjectAnalysisService.build_module";
    "ProjectAnalysisService.analyze" -> "ProjectAnalysisService.get_all";
    "ProjectAnalysisService.analyze" -> "ProjectAnalysisService.get_project_root";
    "ProjectAnalysisService.analyze" -> "ProjectAnalysisService.parse";
    "ProjectAnalysisService.analyze" -> "ProjectAnalysisService.save";
    "ProjectAnalysisService.analyze" -> "ProjectAnalysisService.scan";
    "ProjectAnalysisService.analyze" -> "ProjectAnalysisService.values";
    "ProjectAnalysisService.analyze" -> "ProjectAnalysisService.visit";
    "ProjectAnalysisService.analyze" -> "ProjectLoader";
    "ProjectAnalysisService.analyze" -> "str";
    "ProjectLoader.__init__" -> "Path";
    "ProjectLoader.__init__" -> "ProjectLoader.expanduser";
    "ProjectLoader.__init__" -> "ProjectLoader.resolve";
    "ProjectLoader.get_project_root" -> "ProjectLoader.validate";
    "ProjectLoader.is_directory" -> "ProjectLoader.is_dir";
    "ProjectLoader.validate" -> "FileNotFoundError";
    "ProjectLoader.validate" -> "NotADirectoryError";
    "ProjectLoader.validate" -> "ProjectLoader.exists";
    "ProjectLoader.validate" -> "ProjectLoader.is_directory";
    "PythonASTParser.parse" -> "PythonASTParser.read_text";
    "PythonASTParser.parse" -> "str";
    "RelationshipQueryReport.print_imports" -> "RelationshipQueryReport.get_imports";
    "RelationshipQueryReport.print_imports" -> "print";
    "RelationshipQueryReport.print_inheritance" -> "RelationshipQueryReport.get_inheritance_relationships";
    "RelationshipQueryReport.print_inheritance" -> "print";
    "RelationshipQueryReport.print_method_calls" -> "RelationshipQueryReport.get_method_calls";
    "RelationshipQueryReport.print_method_calls" -> "print";
    "RelationshipQueryReport.print_relationship_types" -> "RelationshipQueryReport.relationship_summary";
    "RelationshipQueryReport.print_relationship_types" -> "print";
    "RelationshipQueryReport.print_relationship_types" -> "sorted";
    "RelationshipQueryReport.print_report" -> "RelationshipQueryReport.print_imports";
    "RelationshipQueryReport.print_report" -> "RelationshipQueryReport.print_inheritance";
    "RelationshipQueryReport.print_report" -> "RelationshipQueryReport.print_method_calls";
    "RelationshipQueryReport.print_report" -> "RelationshipQueryReport.print_relationship_types";
    "RelationshipQueryReport.print_report" -> "RelationshipQueryReport.print_repository_statistics";
    "RelationshipQueryReport.print_report" -> "RelationshipQueryReport.print_summary";
    "RelationshipQueryReport.print_report" -> "print";
    "RelationshipQueryReport.print_repository_statistics" -> "RelationshipQueryReport.count_relationships";
    "RelationshipQueryReport.print_repository_statistics" -> "print";
    "RelationshipQueryReport.print_summary" -> "RelationshipQueryReport.count_relationships";
    "RelationshipQueryReport.print_summary" -> "RelationshipQueryReport.relationship_summary";
    "RelationshipQueryReport.print_summary" -> "len";
    "RelationshipQueryReport.print_summary" -> "print";
    "RelationshipQueryService.count_relationships" -> "RelationshipQueryService.count";
    "RelationshipQueryService.find_relationships" -> "RelationshipQueryService.get_all";
    "RelationshipQueryService.get_all_relationships" -> "RelationshipQueryService.get_all";
    "RelationshipQueryService.get_callees" -> "RelationshipQueryService.get_method_calls";
    "RelationshipQueryService.get_callers" -> "RelationshipQueryService.get_method_calls";
    "RelationshipQueryService.get_child_classes" -> "RelationshipQueryService.get_inheritance_relationships";
    "RelationshipQueryService.get_class_dependencies" -> "RelationshipQueryService.get_relationships_by_type";
    "RelationshipQueryService.get_file_dependencies" -> "RelationshipQueryService.get_relationships_by_type";
    "RelationshipQueryService.get_imports" -> "RelationshipQueryService.get_relationships_by_type";
    "RelationshipQueryService.get_incoming_relationships" -> "RelationshipQueryService.get_by_target";
    "RelationshipQueryService.get_inheritance_relationships" -> "RelationshipQueryService.get_relationships_by_type";
    "RelationshipQueryService.get_method_calls" -> "RelationshipQueryService.get_relationships_by_type";
    "RelationshipQueryService.get_outgoing_relationships" -> "RelationshipQueryService.get_by_source";
    "RelationshipQueryService.get_parent_classes" -> "RelationshipQueryService.get_inheritance_relationships";
    "RelationshipQueryService.get_relationships_by_type" -> "RelationshipQueryService.get_by_type";
    "RelationshipQueryService.print_summary" -> "RelationshipQueryService.relationship_summary";
    "RelationshipQueryService.print_summary" -> "print";
    "RelationshipQueryService.print_summary" -> "sorted";
    "RelationshipQueryService.relationship_exists" -> "RelationshipQueryService.get_all";
    "RelationshipQueryService.relationship_exists" -> "any";
    "RelationshipQueryService.relationship_summary" -> "Counter";
    "RelationshipQueryService.relationship_summary" -> "RelationshipQueryService.get_all";
    "RelationshipQueryService.relationship_summary" -> "dict";
    "RelationshipRepository.add_relationship" -> "RelationshipRepository.append";
    "RelationshipRepository.count" -> "len";
    "ReportFormatter.print_boundary_cases" -> "ReportFormatter.print_heading";
    "ReportFormatter.print_boundary_cases" -> "print";
    "ReportFormatter.print_decision_tables" -> "ReportFormatter.print_heading";
    "ReportFormatter.print_decision_tables" -> "print";
    "ReportFormatter.print_heading" -> "print";
    "ReportFormatter.print_scenarios" -> "ReportFormatter.items";
    "ReportFormatter.print_scenarios" -> "ReportFormatter.print_heading";
    "ReportFormatter.print_scenarios" -> "enumerate";
    "ReportFormatter.print_scenarios" -> "print";
    "ScenarioGenerator.generate" -> "Scenario";
    "ScenarioGenerator.generate" -> "ScenarioGenerator.append";
    "ScenarioGenerator.generate" -> "ScenarioGenerator.items";
    "ScenarioGenerator.generate" -> "ScenarioGenerator.lower";
    "SearchService.__init__" -> "ClassRepository";
    "SearchService.__init__" -> "FunctionRepository";
    "SearchService.__init__" -> "MethodRepository";
    "SearchService.find_class" -> "SearchService.find_by_name";
    "SearchService.get_functions" -> "SearchService.get_all";
    "SearchService.get_methods" -> "SearchService.get_all";
    "TestCaseEngine.generate" -> "TestCase";
    "TestCaseEngine.generate" -> "TestCaseEngine.append";
    "TestCaseEngine.generate" -> "enumerate";
    "TestCaseGenerator.generate" -> "TestCase";
    "TestCaseGenerator.generate" -> "TestCaseGenerator.append";
    "TestCaseGenerator.generate" -> "TestCaseGenerator.get";
    "TestCaseRepository.save" -> "TestCaseRepository.dump";
    "TestCaseRepository.save" -> "asdict";
    "TestCaseRepository.save" -> "len";
    "TestCaseRepository.save" -> "open";
    "TestCaseRepository.save" -> "print";
    "TestCaseService.__init__" -> "TestCaseEngine";
    "TestCaseService.__init__" -> "TestCaseRepository";
    "TestCaseService.generate_test_cases" -> "TestCaseService.generate";
    "TestCaseService.generate_test_cases" -> "TestCaseService.save";
    "TestDataGenerator.generate" -> "TestData";
    "TestDataGenerator.generate" -> "TestDataGenerator.lower";
    "TestDesignEngine.__init__" -> "ConditionGenerator";
    "TestDesignEngine.__init__" -> "CoverageAnalyzer";
    "TestDesignEngine.__init__" -> "ScenarioGenerator";
    "TestDesignEngine.__init__" -> "TestCaseGenerator";
    "TestDesignEngine.__init__" -> "TestDataGenerator";
    "TestDesignEngine.generate" -> "TestDesignEngine.analyze";
    "TestDesignEngine.generate" -> "TestDesignEngine.append";
    "TestDesignEngine.generate" -> "TestDesignEngine.items";
    "TestDesignEngine.generate" -> "print";
    "UserService.__init__" -> "Logger";
    "UserService.__init__" -> "Repository";
    "VariableVisitor.__init__" -> "super";
    "analyze_impact" -> "enumerate";
    "analyze_impact" -> "get";
    "analyze_impact" -> "len";
    "analyze_impact" -> "print";
    "analyze_impact" -> "semantic_search";
    "analyze_requirement" -> "append";
    "analyze_requirement" -> "len";
    "analyze_requirement" -> "lower";
    "ask_llm" -> "chat";
    "ask_requirement_assistant" -> "ask_llm";
    "ask_requirement_assistant" -> "build_context";
    "ask_requirement_assistant" -> "build_prompt";
    "ask_requirement_assistant" -> "enumerate";
    "ask_requirement_assistant" -> "len";
    "ask_requirement_assistant" -> "print";
    "ask_requirement_assistant" -> "range";
    "ask_requirement_assistant" -> "retrieve_context";
    "build_context" -> "join";
    "build_prompt" -> "join";
    "build_relationship_graph" -> "append";
    "build_relationship_graph" -> "defaultdict";
    "build_relationship_graph" -> "dict";
    "classify_requirement" -> "any";
    "classify_requirement" -> "append";
    "classify_requirement" -> "lower";
    "extract_metadata" -> "any";
    "extract_metadata" -> "lower";
    "find_by_keyword" -> "lower";
    "find_by_product" -> "upper";
    "find_by_type" -> "upper";
    "format_datetime" -> "strftime";
    "generate_acceptance_criteria" -> "append";
    "generate_acceptance_criteria" -> "lower";
    "get_children" -> "get";
    "get_vector_db" -> "Chroma";
    "get_vector_db" -> "HuggingFaceEmbeddings";
    "load_requirements" -> "Path";
    "load_requirements" -> "Requirement";
    "load_requirements" -> "append";
    "load_requirements" -> "extend";
    "load_requirements" -> "get";
    "load_requirements" -> "isinstance";
    "load_requirements" -> "keys";
    "load_requirements" -> "open";
    "load_requirements" -> "rglob";
    "load_requirements" -> "safe_load";
    "load_requirements" -> "split";
    "load_requirements" -> "strip";
    "main" -> "AdvancedArchitectureAnalysisService";
    "main" -> "AdvancedArchitectureReport";
    "main" -> "ArchitectureMetricsReport";
    "main" -> "ArchitectureMetricsService";
    "main" -> "BoundaryValueGenerator";
    "main" -> "ClassBuilder";
    "main" -> "ClassDependencyAnalysisService";
    "main" -> "ClassDependencyReport";
    "main" -> "ClassVisitor";
+     "main" -> "CodeIntelligenceQueryReport";
+     "main" -> "CodeIntelligenceQueryService";
    "main" -> "CodeModel";
    "main" -> "CodeModelBuilder";
    "main" -> "CodeRepository";
    "main" -> "CodeService";
    "main" -> "DecisionTableGenerator";
    "main" -> "DependencyAnalysisService";
    "main" -> "DependencyReport";
    "main" -> "DependencyService";
    "main" -> "DependencyVisualizationService";
    "main" -> "FunctionBuilder";
    "main" -> "FunctionVisitor";
    "main" -> "GraphTraversalReport";
    "main" -> "GraphTraversalService";
    "main" -> "ImpactAnalysisReport";
    "main" -> "ImpactAnalysisService";
    "main" -> "ImportVisitor";
    "main" -> "MethodBuilder";
    "main" -> "MethodVisitor";
    "main" -> "ModuleBuilder";
    "main" -> "Path";
    "main" -> "ProjectAnalysisService";
    "main" -> "PythonASTParser";
    "main" -> "RelationshipQueryReport";
    "main" -> "RelationshipQueryService";
    "main" -> "ReportFormatter";
    "main" -> "Requirement";
    "main" -> "SearchService";
    "main" -> "TestDesignEngine";
    "main" -> "analyze";
    "main" -> "analyze_impact";
    "main" -> "analyze_project";
    "main" -> "append";
    "main" -> "build_class";
    "main" -> "build_code";
    "main" -> "build_function";
    "main" -> "build_method";
    "main" -> "build_module";
    "main" -> "enumerate";
    "main" -> "export_all";
    "main" -> "find_class";
    "main" -> "generate";
    "main" -> "get";
    "main" -> "get_code_model";
    "main" -> "get_dependencies";
    "main" -> "get_functions";
    "main" -> "get_methods";
    "main" -> "input";
    "main" -> "items";
    "main" -> "len";
    "main" -> "load";
    "main" -> "parse";
    "main" -> "print";
    "main" -> "print_boundary_cases";
    "main" -> "print_decision_tables";
    "main" -> "print_report";
    "main" -> "print_scenarios";
    "main" -> "save";
    "main" -> "sorted";
    "main" -> "visit";
    "print_graph" -> "items";
    "print_graph" -> "print";
    "retrieve_context" -> "encode";
    "retrieve_context" -> "get_vector_db";
    "retrieve_context" -> "query";
    "retrieve_context" -> "similarity_search";
    "retrieve_context" -> "tolist";
    "semantic_search" -> "encode";
    "semantic_search" -> "query";
    "semantic_search" -> "tolist";
    "store_requirement" -> "add";
    "store_requirement" -> "encode";
    "store_requirement" -> "tolist";
    "summarize_requirement" -> "len";
    "test_age_boundary" -> "BoundaryValueGenerator";
    "test_age_boundary" -> "generate";
    "test_age_boundary" -> "len";
    "test_age_boundary" -> "print";
    "test_password_boundary" -> "BoundaryValueGenerator";
    "test_password_boundary" -> "generate";
    "test_password_boundary" -> "len";
    "test_password_boundary" -> "print";
    "test_quantity_boundary" -> "BoundaryValueGenerator";
    "test_quantity_boundary" -> "generate";
    "test_quantity_boundary" -> "len";
    "test_quantity_boundary" -> "print";
}
